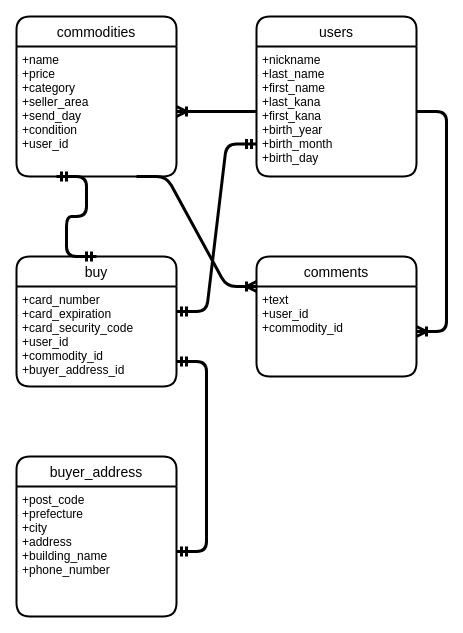
Earlier version of the draw.io diagram er_furima.dio (akitomato/furima-38266). Source tidied: cells renumbered, new cells numbered last; positions are measured from the earlier drawing's top-left corner, leaving out a move shared by most shapes. Both pictures are drawn from the tidied source at 100%, with x=0, y=0 at pixel (16, 16).
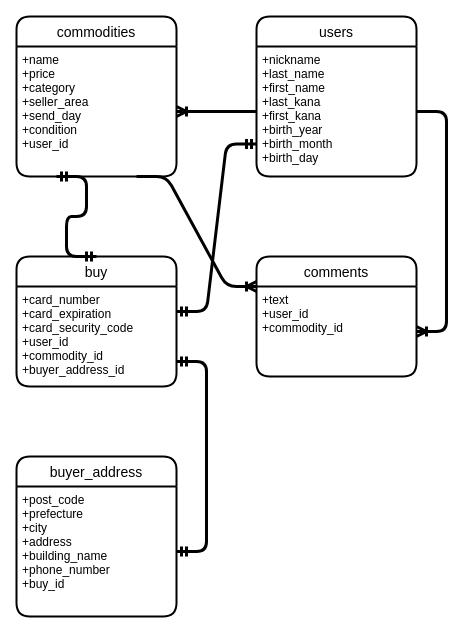
The same diagram, later.

Commit message (it also covers changes not shown here):
データベース設計修正1

What changed in the source:
```diff
@@
 <mxGraphModel>
   <root>
     <mxCell id="0" />
     <mxCell id="1" parent="0" />
     <mxCell id="2" value="buy" style="swimlane;horizontal=1;startSize=30;rounded=1;fontSize=14;fontStyle=0;strokeWidth=2;shadow=0;dashed=0;align=center;" parent="1" vertex="1">
       <mxGeometry y="240" width="160" height="130" as="geometry" />
     </mxCell>
     <mxCell id="3" value="+card_number&#10;+card_expiration&#10;+card_security_code&#10;+user_id&#10;+commodity_id&#10;+buyer_address_id&#10;" style="align=left;strokeColor=none;fillColor=none;spacingLeft=4;fontSize=12;verticalAlign=top;" parent="2" vertex="1">
       <mxGeometry y="30" width="160" height="100" as="geometry" />
     </mxCell>
     <mxCell id="4" value="comments" style="swimlane;horizontal=1;startSize=30;rounded=1;fontSize=14;fontStyle=0;strokeWidth=2;shadow=0;dashed=0;align=center;" parent="1" vertex="1">
       <mxGeometry x="240" y="240" width="160" height="120" as="geometry" />
     </mxCell>
     <mxCell id="5" value="+text&#10;+user_id&#10;+commodity_id" style="align=left;strokeColor=none;fillColor=none;spacingLeft=4;fontSize=12;verticalAlign=top;" parent="4" vertex="1">
       <mxGeometry y="30" width="160" height="90" as="geometry" />
     </mxCell>
     <mxCell id="6" value="commodities" style="swimlane;horizontal=1;startSize=30;rounded=1;fontSize=14;fontStyle=0;strokeWidth=2;shadow=0;dashed=0;align=center;" parent="1" vertex="1">
       <mxGeometry width="160" height="160" as="geometry" />
     </mxCell>
     <mxCell id="7" value="+name&#10;+price&#10;+category&#10;+seller_area&#10;+send_day&#10;+condition&#10;+user_id" style="align=left;strokeColor=none;fillColor=none;spacingLeft=4;fontSize=12;verticalAlign=top;" parent="6" vertex="1">
       <mxGeometry y="30" width="160" height="130" as="geometry" />
     </mxCell>
     <mxCell id="8" value="users" style="swimlane;horizontal=1;startSize=30;rounded=1;fontSize=14;fontStyle=0;strokeWidth=2;shadow=0;dashed=0;align=center;" parent="1" vertex="1">
       <mxGeometry x="240" width="160" height="160" as="geometry" />
     </mxCell>
     <mxCell id="9" value="+nickname&#10;+last_name&#10;+first_name&#10;+last_kana&#10;+first_kana&#10;+birth_year&#10;+birth_month&#10;+birth_day" style="align=left;strokeColor=none;fillColor=none;spacingLeft=4;fontSize=12;verticalAlign=top;" parent="8" vertex="1">
       <mxGeometry y="30" width="160" height="130" as="geometry" />
     </mxCell>
     <mxCell id="10" value="buyer_address" style="swimlane;horizontal=1;startSize=30;rounded=1;fontSize=14;fontStyle=0;strokeWidth=2;shadow=0;dashed=0;align=center;" parent="1" vertex="1">
       <mxGeometry y="440" width="160" height="160" as="geometry" />
     </mxCell>
-    <mxCell id="11" value="+post_code&#10;+prefecture&#10;+city&#10;+address&#10;+building_name&#10;+phone_number" style="align=left;strokeColor=none;fillColor=none;spacingLeft=4;fontSize=12;verticalAlign=top;" parent="10" vertex="1">
+    <mxCell id="11" value="+post_code&#10;+prefecture&#10;+city&#10;+address&#10;+building_name&#10;+phone_number&#10;+buy_id" style="align=left;strokeColor=none;fillColor=none;spacingLeft=4;fontSize=12;verticalAlign=top;" parent="10" vertex="1">
       <mxGeometry y="30" width="160" height="130" as="geometry" />
     </mxCell>
     <mxCell id="12" style="edgeStyle=entityRelationEdgeStyle;fontSize=20;html=1;endArrow=ERoneToMany;entryX=1;entryY=0.5;entryDx=0;entryDy=0;strokeWidth=3;exitX=1;exitY=0.5;exitDx=0;exitDy=0;" parent="1" edge="1" source="9" target="5">
       <mxGeometry relative="1" as="geometry" />
     </mxCell>
     <mxCell id="13" style="edgeStyle=entityRelationEdgeStyle;fontSize=12;html=1;endArrow=ERoneToMany;strokeWidth=3;exitX=0;exitY=0.5;exitDx=0;exitDy=0;" parent="1" edge="1" source="9" target="7">
       <mxGeometry relative="1" as="geometry" />
     </mxCell>
     <mxCell id="14" style="edgeStyle=entityRelationEdgeStyle;fontSize=12;html=1;endArrow=ERmandOne;startArrow=ERmandOne;strokeWidth=3;entryX=1;entryY=0.75;entryDx=0;entryDy=0;exitX=1;exitY=0.5;exitDx=0;exitDy=0;" parent="1" edge="1" source="11" target="3">
       <mxGeometry relative="1" as="geometry" />
     </mxCell>
     <mxCell id="15" style="edgeStyle=entityRelationEdgeStyle;fontSize=12;html=1;endArrow=ERmandOne;startArrow=ERmandOne;strokeWidth=3;exitX=0.25;exitY=1;exitDx=0;exitDy=0;entryX=0.5;entryY=0;entryDx=0;entryDy=0;" parent="1" edge="1" source="7" target="2">
       <mxGeometry relative="1" as="geometry" />
     </mxCell>
     <mxCell id="16" style="edgeStyle=entityRelationEdgeStyle;fontSize=12;html=1;endArrow=ERoneToMany;strokeWidth=3;exitX=0.75;exitY=1;exitDx=0;exitDy=0;entryX=0;entryY=0.25;entryDx=0;entryDy=0;" parent="1" edge="1" source="7" target="4">
       <mxGeometry relative="1" as="geometry" />
     </mxCell>
     <mxCell id="17" style="edgeStyle=none;html=1;fontSize=20;strokeWidth=3;" parent="1" edge="1" source="5">
       <mxGeometry relative="1" as="geometry">
         <mxPoint x="400" y="315" as="targetPoint" />
       </mxGeometry>
     </mxCell>
     <mxCell id="18" style="edgeStyle=entityRelationEdgeStyle;fontSize=12;html=1;endArrow=ERmandOne;startArrow=ERmandOne;exitX=1;exitY=0.25;exitDx=0;exitDy=0;strokeWidth=3;entryX=0;entryY=0.75;entryDx=0;entryDy=0;" parent="1" edge="1" source="3" target="9">
       <mxGeometry relative="1" as="geometry" />
     </mxCell>
   </root>
 </mxGraphModel>
```
